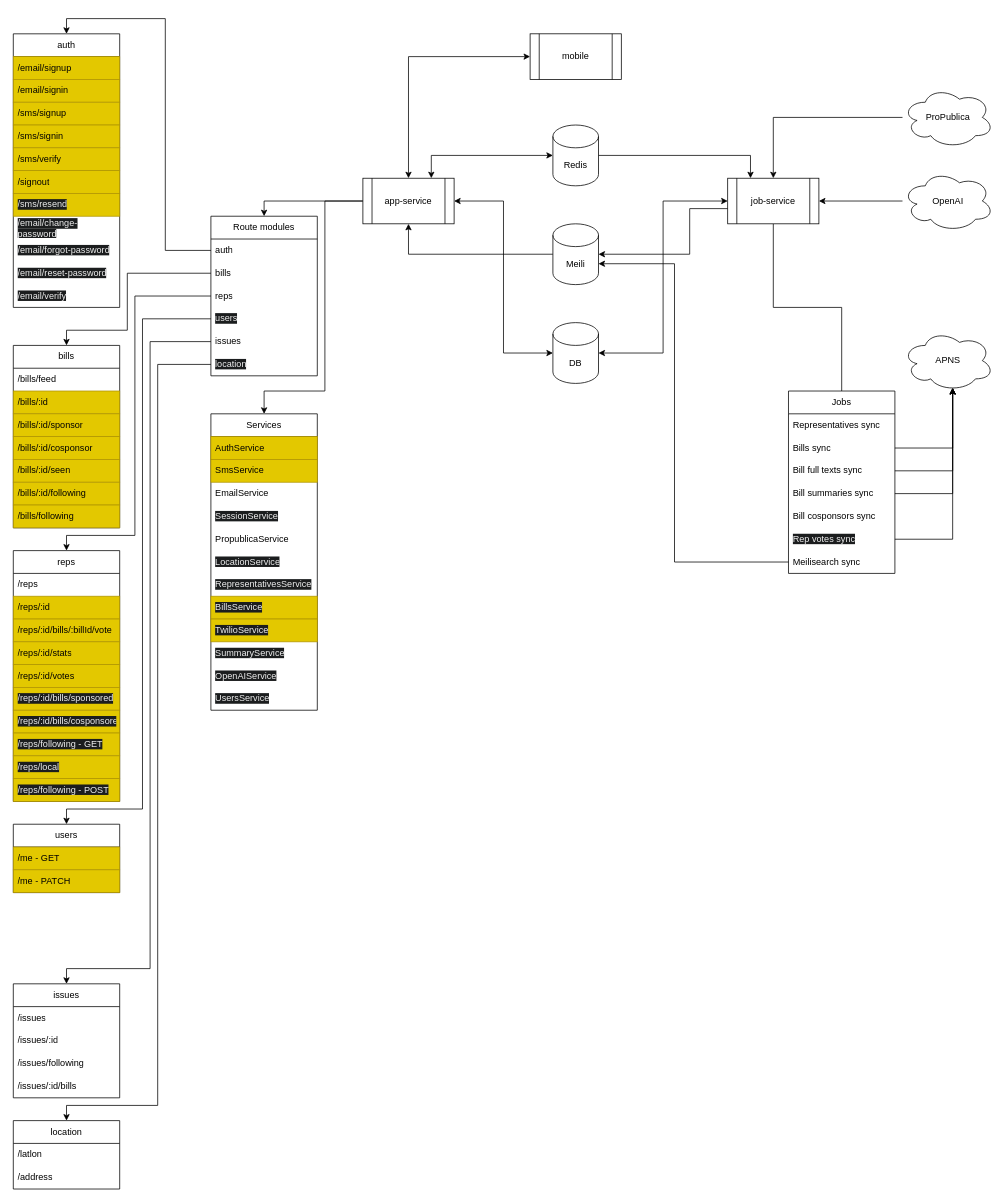
The draw.io diagram architecture/Architecture.drawio in Breakdown/breakdown-services, before the edit. Source tidied: cells renumbered, new cells numbered last; positions are measured from the earlier drawing's top-left corner, leaving out a move shared by most shapes. Both pictures are drawn from the tidied source at 76%, with x=0, y=0 at pixel (13, 33).
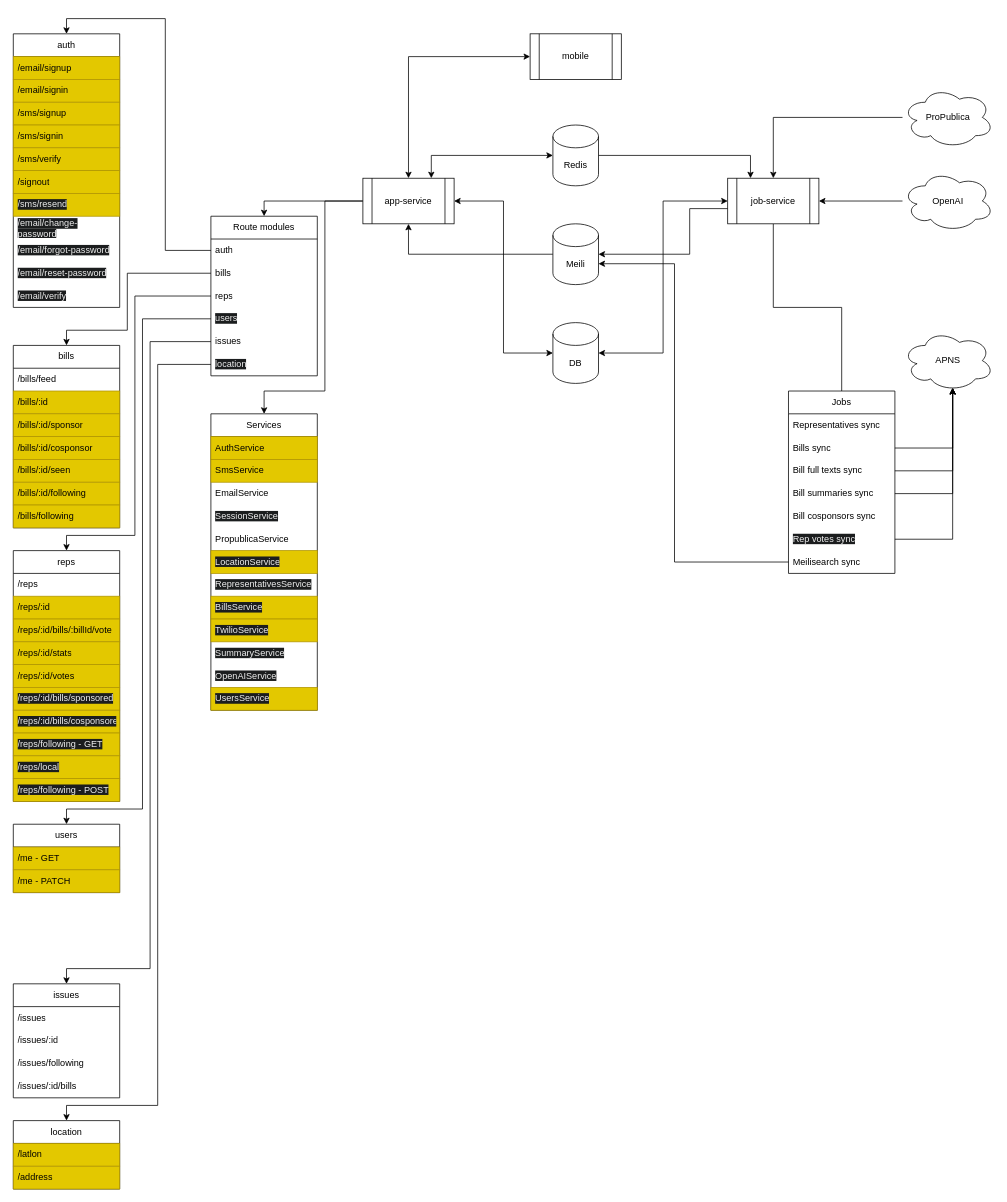
Above is the later version.

The change refers to these unchanged cells:
```xml
<mxCell id="84" value="location" style="swimlane;fontStyle=0;horizontal=1;startSize=30;whiteSpace=wrap;html=1;" parent="1" vertex="1">
  <mxGeometry y="1430" width="140" height="90" as="geometry" />
</mxCell>
<mxCell id="91" value="Services" style="swimlane;fontStyle=0;horizontal=1;startSize=30;whiteSpace=wrap;html=1;" parent="1" vertex="1">
  <mxGeometry x="260" y="500" width="140" height="390" as="geometry" />
</mxCell>
```

The edit, as a diff of the source:
```diff
@@
-    <mxCell id="85" value="/latlon" style="text;strokeColor=none;fillColor=none;align=left;verticalAlign=middle;spacingLeft=4;spacingRight=4;overflow=hidden;whiteSpace=wrap;html=1;" parent="84" vertex="1">
+    <mxCell id="85" value="/latlon" style="text;strokeColor=#B09500;fillColor=#e3c800;align=left;verticalAlign=middle;spacingLeft=4;spacingRight=4;overflow=hidden;whiteSpace=wrap;html=1;fontColor=#000000;" parent="84" vertex="1">
       <mxGeometry y="30" width="140" height="30" as="geometry" />
     </mxCell>
-    <mxCell id="86" value="/address" style="text;strokeColor=none;fillColor=none;align=left;verticalAlign=middle;spacingLeft=4;spacingRight=4;overflow=hidden;whiteSpace=wrap;html=1;" parent="84" vertex="1">
+    <mxCell id="86" value="/address" style="text;strokeColor=#B09500;fillColor=#e3c800;align=left;verticalAlign=middle;spacingLeft=4;spacingRight=4;overflow=hidden;whiteSpace=wrap;html=1;fontColor=#000000;" parent="84" vertex="1">
       <mxGeometry y="60" width="140" height="30" as="geometry" />
     </mxCell>
@@
-    <mxCell id="97" value="&lt;span style=&quot;color: rgb(240, 240, 240); font-family: Helvetica; font-size: 12px; font-style: normal; font-variant-ligatures: normal; font-variant-caps: normal; font-weight: 400; letter-spacing: normal; orphans: 2; text-align: left; text-indent: 0px; text-transform: none; widows: 2; word-spacing: 0px; -webkit-text-stroke-width: 0px; background-color: rgb(27, 29, 30); text-decoration-thickness: initial; text-decoration-style: initial; text-decoration-color: initial; float: none; display: inline !important;&quot;&gt;LocationService&lt;/span&gt;" style="text;strokeColor=none;fillColor=none;align=left;verticalAlign=middle;spacingLeft=4;spacingRight=4;overflow=hidden;whiteSpace=wrap;html=1;" parent="91" vertex="1">
+    <mxCell id="97" value="&lt;span style=&quot;color: rgb(240, 240, 240); font-family: Helvetica; font-size: 12px; font-style: normal; font-variant-ligatures: normal; font-variant-caps: normal; font-weight: 400; letter-spacing: normal; orphans: 2; text-align: left; text-indent: 0px; text-transform: none; widows: 2; word-spacing: 0px; -webkit-text-stroke-width: 0px; background-color: rgb(27, 29, 30); text-decoration-thickness: initial; text-decoration-style: initial; text-decoration-color: initial; float: none; display: inline !important;&quot;&gt;LocationService&lt;/span&gt;" style="text;strokeColor=#B09500;fillColor=#e3c800;align=left;verticalAlign=middle;spacingLeft=4;spacingRight=4;overflow=hidden;whiteSpace=wrap;html=1;fontColor=#000000;" parent="91" vertex="1">
       <mxGeometry y="180" width="140" height="30" as="geometry" />
     </mxCell>
@@
-    <mxCell id="103" value="&lt;span style=&quot;color: rgb(240, 240, 240); font-family: Helvetica; font-size: 12px; font-style: normal; font-variant-ligatures: normal; font-variant-caps: normal; font-weight: 400; letter-spacing: normal; orphans: 2; text-align: left; text-indent: 0px; text-transform: none; widows: 2; word-spacing: 0px; -webkit-text-stroke-width: 0px; background-color: rgb(27, 29, 30); text-decoration-thickness: initial; text-decoration-style: initial; text-decoration-color: initial; float: none; display: inline !important;&quot;&gt;UsersService&lt;br&gt;&lt;/span&gt;" style="text;strokeColor=none;fillColor=none;align=left;verticalAlign=middle;spacingLeft=4;spacingRight=4;overflow=hidden;whiteSpace=wrap;html=1;" parent="91" vertex="1">
+    <mxCell id="103" value="&lt;span style=&quot;color: rgb(240, 240, 240); font-family: Helvetica; font-size: 12px; font-style: normal; font-variant-ligatures: normal; font-variant-caps: normal; font-weight: 400; letter-spacing: normal; orphans: 2; text-align: left; text-indent: 0px; text-transform: none; widows: 2; word-spacing: 0px; -webkit-text-stroke-width: 0px; background-color: rgb(27, 29, 30); text-decoration-thickness: initial; text-decoration-style: initial; text-decoration-color: initial; float: none; display: inline !important;&quot;&gt;UsersService&lt;br&gt;&lt;/span&gt;" style="text;strokeColor=#B09500;fillColor=#e3c800;align=left;verticalAlign=middle;spacingLeft=4;spacingRight=4;overflow=hidden;whiteSpace=wrap;html=1;fontColor=#000000;" parent="91" vertex="1">
       <mxGeometry y="360" width="140" height="30" as="geometry" />
     </mxCell>
```
